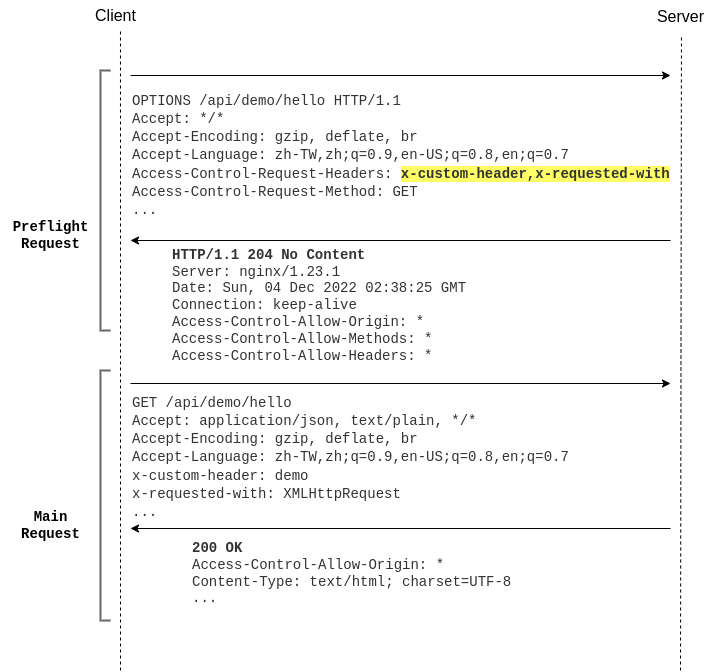
The draw.io diagram images/CORS-requests.png in cxcatir/cxcatir.github.io, before a commit. Source tidied: cells renumbered, new cells last; positions are measured from the earlier drawing's top-left corner, leaving out a move shared by most shapes.
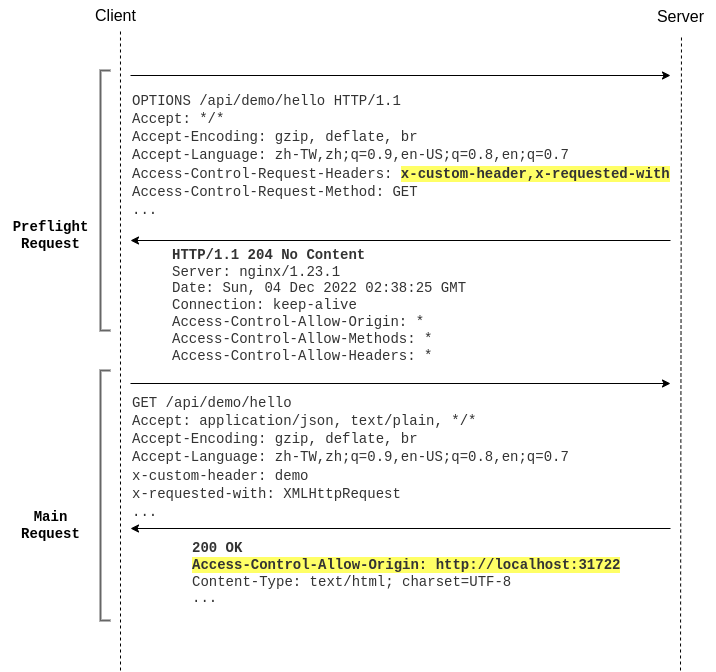
After the commit.

The edit, as a diff of the source:
```diff
@@ -51,7 +51,7 @@
     <mxCell id="13" value="&lt;p style=&quot;line-height: 1.3;&quot;&gt;GET /api/demo/hello&lt;br&gt;&lt;span style=&quot;background-color: initial;&quot;&gt;Accept: application/json, text/plain, */*&lt;br&gt;&lt;/span&gt;&lt;span style=&quot;background-color: initial;&quot;&gt;Accept-Encoding: gzip, deflate, br&lt;br&gt;&lt;/span&gt;&lt;span style=&quot;background-color: initial;&quot;&gt;Accept-Language: zh-TW,zh;q=0.9,en-US;q=0.8,en;q=0.7&lt;br&gt;&lt;/span&gt;&lt;span style=&quot;background-color: initial;&quot;&gt;x-custom-header: demo&lt;br&gt;&lt;/span&gt;&lt;span style=&quot;background-color: initial;&quot;&gt;x-requested-with: XMLHttpRequest&lt;br&gt;...&lt;/span&gt;&lt;/p&gt;&lt;p style=&quot;line-height: 1.3;&quot;&gt;&lt;br&gt;&lt;/p&gt;" style="text;html=1;strokeColor=none;fillColor=none;align=left;verticalAlign=middle;whiteSpace=wrap;rounded=0;fontSize=14;spacing=2;fontFamily=Courier New;fontStyle=0;fontColor=#333333;" parent="1" vertex="1">
       <mxGeometry x="130" y="428" width="500" height="90" as="geometry" />
     </mxCell>
-    <mxCell id="14" value="&lt;div style=&quot;&quot;&gt;&lt;b&gt;200 OK&lt;/b&gt;&lt;div&gt;Access-Control-Allow-Origin: *&lt;/div&gt;&lt;div&gt;Content-Type: text/html; charset=UTF-8&lt;/div&gt;&lt;/div&gt;&lt;div style=&quot;font-size: 14px;&quot;&gt;...&lt;/div&gt;" style="text;html=1;strokeColor=none;fillColor=none;align=left;verticalAlign=middle;whiteSpace=wrap;rounded=0;fontFamily=Courier New;fontSize=14;fontColor=#333333;" parent="1" vertex="1">
+    <mxCell id="14" value="&lt;div style=&quot;&quot;&gt;&lt;b&gt;200 OK&lt;/b&gt;&lt;div&gt;&lt;b style=&quot;background-color: rgb(255, 255, 102);&quot;&gt;Access-Control-Allow-Origin: http://localhost:31722&lt;/b&gt;&lt;br&gt;&lt;/div&gt;&lt;div&gt;Content-Type: text/html; charset=UTF-8&lt;/div&gt;&lt;/div&gt;&lt;div style=&quot;font-size: 14px;&quot;&gt;...&lt;/div&gt;" style="text;html=1;strokeColor=none;fillColor=none;align=left;verticalAlign=middle;whiteSpace=wrap;rounded=0;fontFamily=Courier New;fontSize=14;fontColor=#333333;" parent="1" vertex="1">
       <mxGeometry x="190" y="528" width="490" height="90" as="geometry" />
     </mxCell>
     <mxCell id="15" style="endArrow=classic;html=1;rounded=0;" parent="1" edge="1">
```
